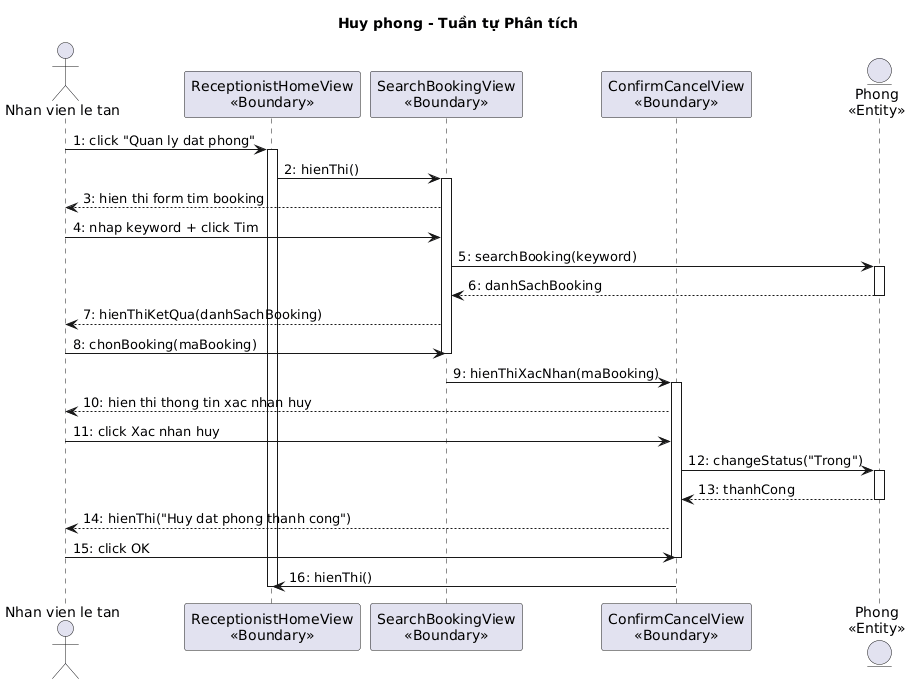
thanhtrnnn/cnpm keeps this PlantUML diagram as output/diagrams/booking_aseq_huyphong.png. Above is the earlier version. Source of this version:
```plantuml
@startuml
title Huy phong - Tuần tự Phân tích

actor "Nhan vien le tan" as NV
participant "ReceptionistHomeView\n<<Boundary>>" as Home
participant "SearchBookingView\n<<Boundary>>" as SearchBooking
participant "ConfirmCancelView\n<<Boundary>>" as Confirm
entity "Phong\n<<Entity>>" as Phong

NV -> Home : 1: click "Quan ly dat phong"
activate Home
Home -> SearchBooking : 2: hienThi()
activate SearchBooking
SearchBooking --> NV : 3: hien thi form tim booking
NV -> SearchBooking : 4: nhap keyword + click Tim
SearchBooking -> Phong : 5: searchBooking(keyword)
activate Phong
Phong --> SearchBooking : 6: danhSachBooking
deactivate Phong
SearchBooking --> NV : 7: hienThiKetQua(danhSachBooking)
NV -> SearchBooking : 8: chonBooking(maBooking)
deactivate SearchBooking
SearchBooking -> Confirm : 9: hienThiXacNhan(maBooking)
activate Confirm
Confirm --> NV : 10: hien thi thong tin xac nhan huy
NV -> Confirm : 11: click Xac nhan huy
Confirm -> Phong : 12: changeStatus("Trong")
activate Phong
Phong --> Confirm : 13: thanhCong
deactivate Phong
Confirm --> NV : 14: hienThi("Huy dat phong thanh cong")
NV -> Confirm : 15: click OK
deactivate Confirm
Confirm -> Home : 16: hienThi()
deactivate Home
@enduml
```
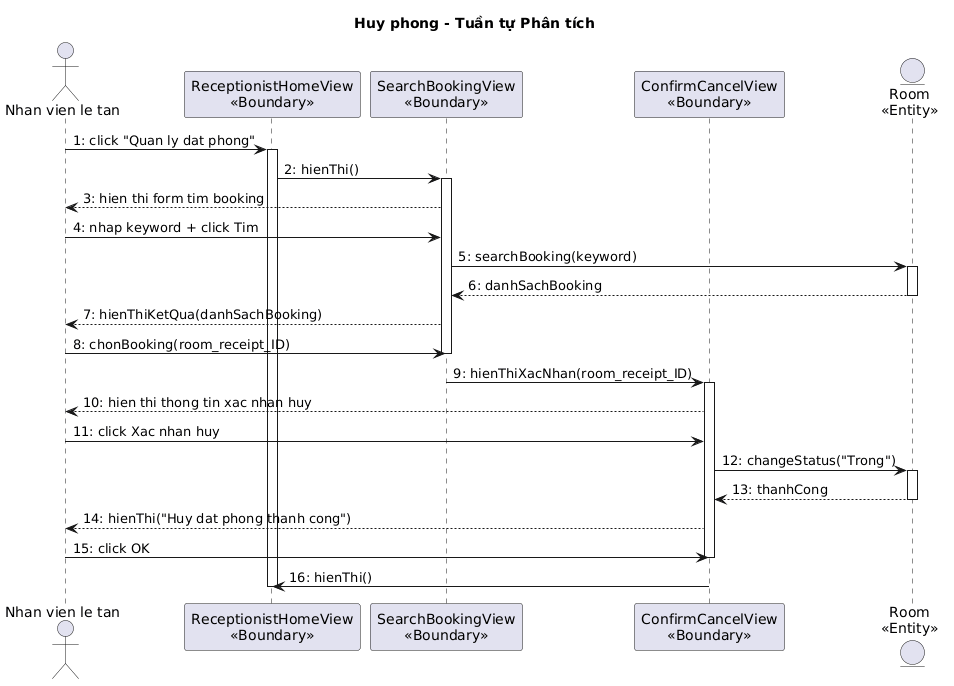
After the commit.

Commit message:
sync: update all sequence diagrams with English entity names per Google Docs

Change to the diagram source:
```diff
@@ -5,7 +5,7 @@
 participant "ReceptionistHomeView\n<<Boundary>>" as Home
 participant "SearchBookingView\n<<Boundary>>" as SearchBooking
 participant "ConfirmCancelView\n<<Boundary>>" as Confirm
-entity "Phong\n<<Entity>>" as Phong
+entity "Room\n<<Entity>>" as Room
 
 NV -> Home : 1: click "Quan ly dat phong"
 activate Home
@@ -13,21 +13,21 @@
 activate SearchBooking
 SearchBooking --> NV : 3: hien thi form tim booking
 NV -> SearchBooking : 4: nhap keyword + click Tim
-SearchBooking -> Phong : 5: searchBooking(keyword)
-activate Phong
-Phong --> SearchBooking : 6: danhSachBooking
-deactivate Phong
+SearchBooking -> Room : 5: searchBooking(keyword)
+activate Room
+Room --> SearchBooking : 6: danhSachBooking
+deactivate Room
 SearchBooking --> NV : 7: hienThiKetQua(danhSachBooking)
-NV -> SearchBooking : 8: chonBooking(maBooking)
+NV -> SearchBooking : 8: chonBooking(room_receipt_ID)
 deactivate SearchBooking
-SearchBooking -> Confirm : 9: hienThiXacNhan(maBooking)
+SearchBooking -> Confirm : 9: hienThiXacNhan(room_receipt_ID)
 activate Confirm
 Confirm --> NV : 10: hien thi thong tin xac nhan huy
 NV -> Confirm : 11: click Xac nhan huy
-Confirm -> Phong : 12: changeStatus("Trong")
-activate Phong
-Phong --> Confirm : 13: thanhCong
-deactivate Phong
+Confirm -> Room : 12: changeStatus("Trong")
+activate Room
+Room --> Confirm : 13: thanhCong
+deactivate Room
 Confirm --> NV : 14: hienThi("Huy dat phong thanh cong")
 NV -> Confirm : 15: click OK
 deactivate Confirm
```
